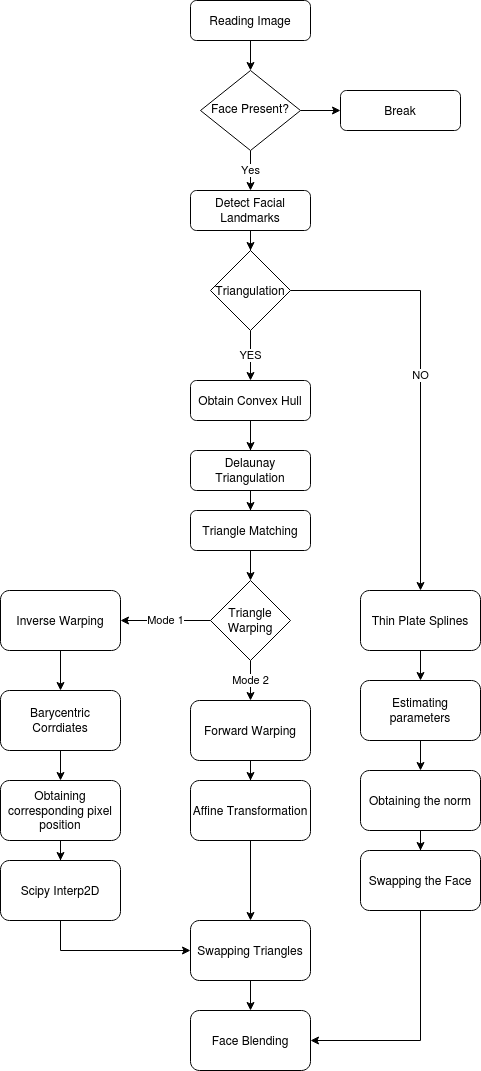
This is UML/Activity_flow_diagram/activity_flow_diagram.png from adityavaishampayan/FaceSwap, a draw.io export, as it was before one commit. Source tidied: cells renumbered, new cells last; positions are measured from the earlier drawing's top-left corner, leaving out a move shared by most shapes.
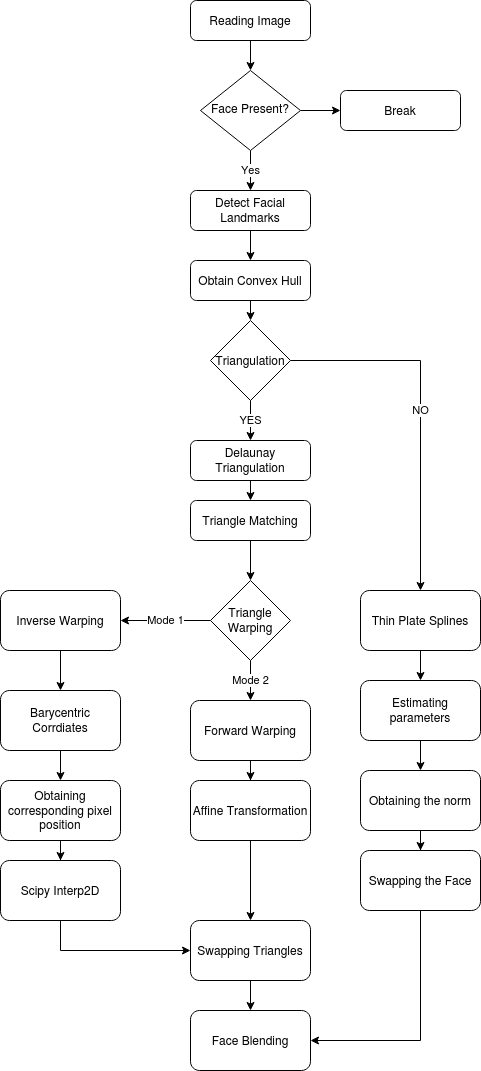
The same file after the commit.

The edit, as a diff of the source:
```diff
@@ -20,34 +20,23 @@
     <mxCell id="7" value="Break" style="rounded=1;whiteSpace=wrap;html=1;fontSize=12;glass=0;strokeWidth=1;shadow=0;" parent="1" vertex="1">
       <mxGeometry x="340" y="90" width="120" height="40" as="geometry" />
     </mxCell>
-    <mxCell id="8" style="edgeStyle=orthogonalEdgeStyle;rounded=0;jettySize=auto;html=1;exitX=0.5;exitY=1;exitDx=0;exitDy=0;" parent="1" edge="1" source="9" target="42">
-      <mxGeometry relative="1" as="geometry" />
-    </mxCell>
+    <mxCell id="45" style="edgeStyle=orthogonalEdgeStyle;rounded=0;jettySize=auto;html=1;exitX=0.5;exitY=1;exitDx=0;exitDy=0;entryX=0.5;entryY=0;entryDx=0;entryDy=0;" parent="1" edge="1" source="9" target="11">
+      <mxGeometry relative="1" as="geometry" />
+    </mxCell>
     <mxCell id="9" value="Detect Facial Landmarks" style="rounded=1;whiteSpace=wrap;html=1;fontSize=12;glass=0;strokeWidth=1;shadow=0;" parent="1" vertex="1">
       <mxGeometry x="190" y="190" width="120" height="40" as="geometry" />
     </mxCell>
-    <mxCell id="10" style="edgeStyle=orthogonalEdgeStyle;rounded=0;jettySize=auto;html=1;" parent="1" edge="1" source="11" target="13">
-      <mxGeometry relative="1" as="geometry" />
-    </mxCell>
-    <mxCell id="11" value="Obtain Convex Hull" style="rounded=1;whiteSpace=wrap;html=1;fontSize=12;glass=0;strokeWidth=1;shadow=0;" parent="1" vertex="1">
-      <mxGeometry x="190" y="380" width="120" height="40" as="geometry" />
-    </mxCell>
-    <mxCell id="12" style="edgeStyle=orthogonalEdgeStyle;rounded=0;jettySize=auto;html=1;" parent="1" edge="1" target="15">
-      <mxGeometry relative="1" as="geometry">
-        <mxPoint x="250" y="440" as="sourcePoint" />
-      </mxGeometry>
-    </mxCell>
+    <mxCell id="46" style="edgeStyle=orthogonalEdgeStyle;rounded=0;jettySize=auto;html=1;exitX=0.5;exitY=1;exitDx=0;exitDy=0;entryX=0.5;entryY=0;entryDx=0;entryDy=0;" parent="1" edge="1" source="13" target="15">
+      <mxGeometry relative="1" as="geometry" />
+    </mxCell>
     <mxCell id="13" value="Delaunay Triangulation" style="rounded=1;whiteSpace=wrap;html=1;fontSize=12;glass=0;strokeWidth=1;shadow=0;" parent="1" vertex="1">
-      <mxGeometry x="190" y="450" width="120" height="40" as="geometry" />
+      <mxGeometry x="190" y="440" width="120" height="40" as="geometry" />
     </mxCell>
-    <mxCell id="14" style="edgeStyle=orthogonalEdgeStyle;rounded=0;orthogonalLoop=1;jettySize=auto;html=1;" parent="1" edge="1">
-      <mxGeometry relative="1" as="geometry">
-        <mxPoint x="250" y="500" as="sourcePoint" />
-        <mxPoint x="250" y="580" as="targetPoint" />
-      </mxGeometry>
-    </mxCell>
+    <mxCell id="47" style="edgeStyle=orthogonalEdgeStyle;rounded=0;jettySize=auto;html=1;exitX=0.5;exitY=1;exitDx=0;exitDy=0;entryX=0.5;entryY=0;entryDx=0;entryDy=0;" parent="1" edge="1" source="15" target="18">
+      <mxGeometry relative="1" as="geometry" />
+    </mxCell>
     <mxCell id="15" value="Triangle Matching" style="rounded=1;whiteSpace=wrap;html=1;fontSize=12;glass=0;strokeWidth=1;shadow=0;" parent="1" vertex="1">
-      <mxGeometry x="190" y="510" width="120" height="40" as="geometry" />
+      <mxGeometry x="190" y="500" width="120" height="40" as="geometry" />
     </mxCell>
     <mxCell id="16" value="Mode 2" style="edgeStyle=orthogonalEdgeStyle;rounded=0;jettySize=auto;html=1;exitX=0.5;exitY=1;exitDx=0;exitDy=0;entryX=0.5;entryY=0;entryDx=0;entryDy=0;" parent="1" edge="1" source="18" target="26">
       <mxGeometry relative="1" as="geometry" />
@@ -123,14 +112,14 @@
     <mxCell id="39" value="Face Blending" style="rounded=1;whiteSpace=wrap;html=1;" parent="1" vertex="1">
       <mxGeometry x="190" y="1010" width="120" height="60" as="geometry" />
     </mxCell>
+    <mxCell id="41" value="NO" style="edgeStyle=orthogonalEdgeStyle;rounded=0;jettySize=auto;html=1;exitX=1;exitY=0.5;exitDx=0;exitDy=0;entryX=0.5;entryY=0;entryDx=0;entryDy=0;" parent="1" edge="1" source="42" target="20">
+      <mxGeometry relative="1" as="geometry" />
+    </mxCell>
-    <mxCell id="40" value="YES" style="edgeStyle=orthogonalEdgeStyle;rounded=0;jettySize=auto;html=1;exitX=0.5;exitY=1;exitDx=0;exitDy=0;entryX=0.5;entryY=0;entryDx=0;entryDy=0;" parent="1" edge="1" source="42" target="11">
+    <mxCell id="40" value="YES" style="edgeStyle=orthogonalEdgeStyle;rounded=0;jettySize=auto;html=1;exitX=0.5;exitY=1;exitDx=0;exitDy=0;entryX=0.5;entryY=0;entryDx=0;entryDy=0;" parent="1" edge="1" source="42" target="13">
       <mxGeometry relative="1" as="geometry" />
     </mxCell>
-    <mxCell id="41" value="NO" style="edgeStyle=orthogonalEdgeStyle;rounded=0;jettySize=auto;html=1;exitX=1;exitY=0.5;exitDx=0;exitDy=0;entryX=0.5;entryY=0;entryDx=0;entryDy=0;" parent="1" edge="1" source="42" target="20">
-      <mxGeometry relative="1" as="geometry" />
-    </mxCell>
     <mxCell id="42" value="Triangulation" style="rhombus;whiteSpace=wrap;html=1;" parent="1" vertex="1">
-      <mxGeometry x="210" y="250" width="80" height="80" as="geometry" />
+      <mxGeometry x="210" y="320" width="80" height="80" as="geometry" />
     </mxCell>
     <mxCell id="43" style="edgeStyle=orthogonalEdgeStyle;rounded=0;jettySize=auto;html=1;exitX=0.5;exitY=1;exitDx=0;exitDy=0;entryX=1;entryY=0.5;entryDx=0;entryDy=0;" parent="1" edge="1" source="44" target="39">
       <mxGeometry relative="1" as="geometry" />
@@ -138,5 +127,11 @@
     <mxCell id="44" value="Swapping the Face" style="rounded=1;whiteSpace=wrap;html=1;" parent="1" vertex="1">
       <mxGeometry x="360" y="850" width="120" height="60" as="geometry" />
     </mxCell>
+    <mxCell id="48" style="edgeStyle=orthogonalEdgeStyle;rounded=0;jettySize=auto;html=1;exitX=0.5;exitY=1;exitDx=0;exitDy=0;entryX=0.5;entryY=0;entryDx=0;entryDy=0;" parent="1" edge="1" source="11" target="42">
+      <mxGeometry relative="1" as="geometry" />
+    </mxCell>
+    <mxCell id="11" value="Obtain Convex Hull" style="rounded=1;whiteSpace=wrap;html=1;fontSize=12;glass=0;strokeWidth=1;shadow=0;" parent="1" vertex="1">
+      <mxGeometry x="190" y="260" width="120" height="40" as="geometry" />
+    </mxCell>
   </root>
 </mxGraphModel>
```
